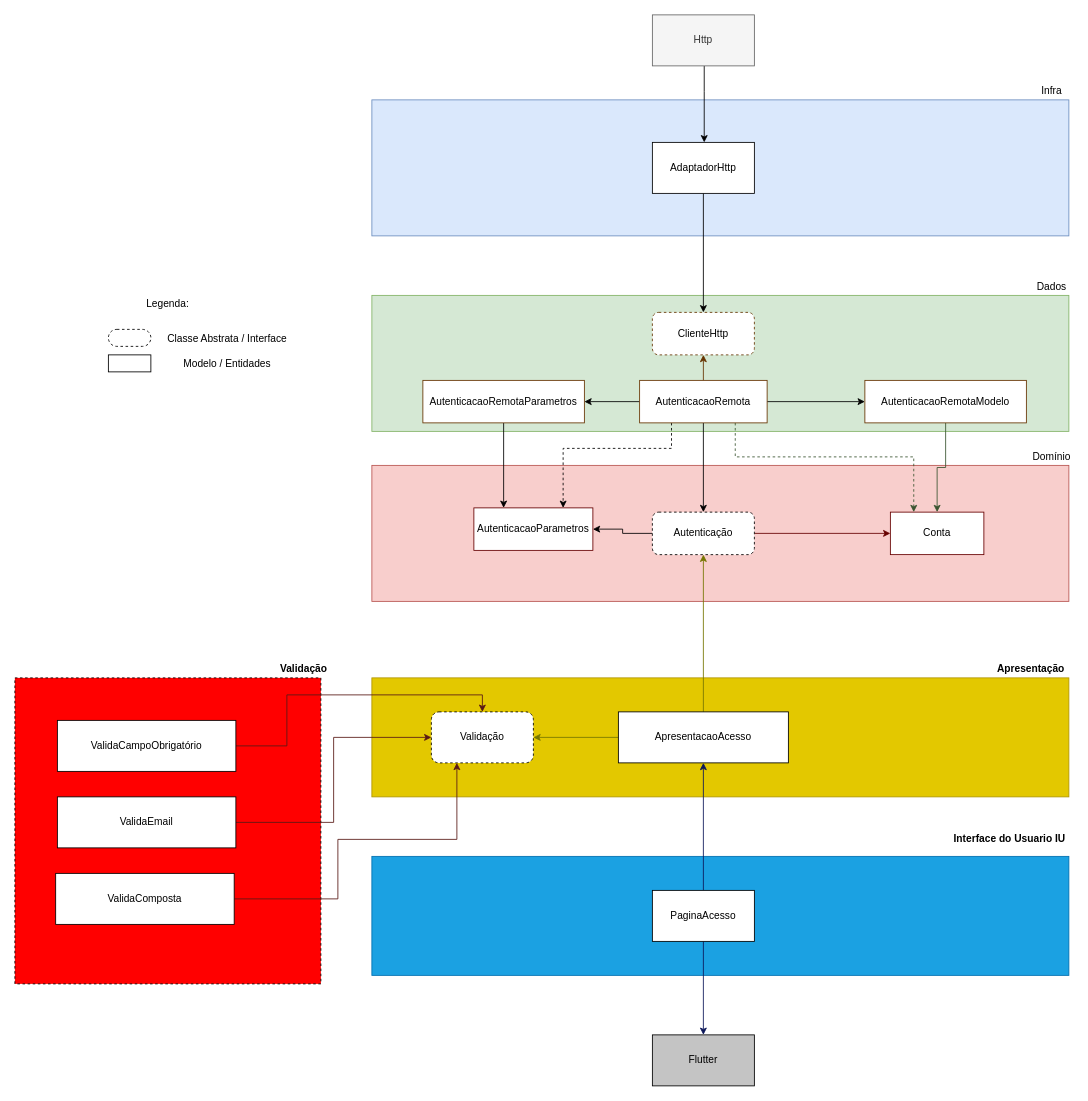
Before: page "Acesso" (1 of 2) of requisitos/Questionario - Flutter.drawio in brunopenha/questionario_flutter, a draw.io diagram. Source tidied: cells renumbered, new cells numbered last; positions are measured from the earlier drawing's top-left corner, leaving out a move shared by most shapes. Both pictures are drawn from the tidied source at 85%, with x=0, y=0 at pixel (14, 14).
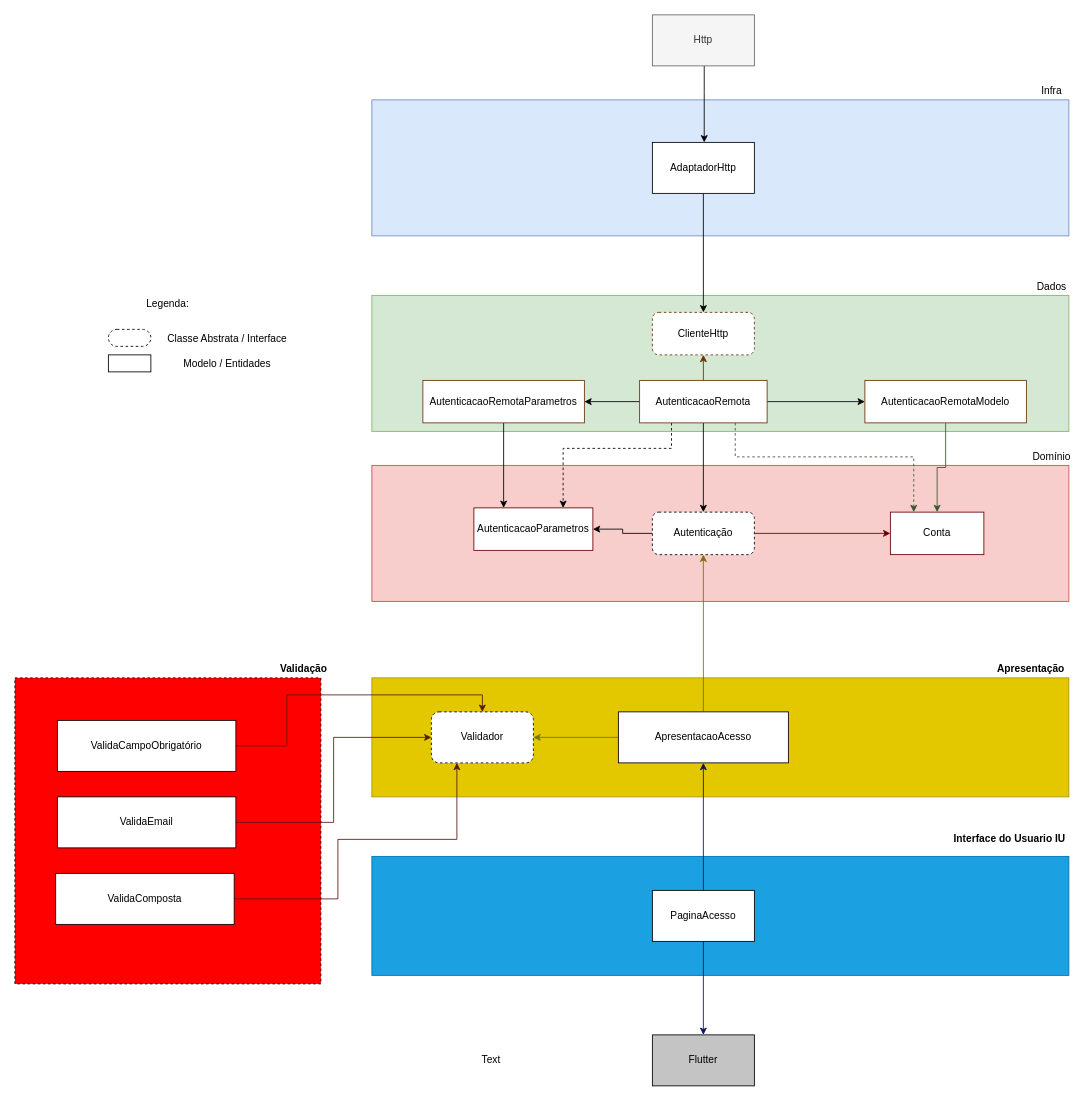
The same page after the edit.

Diff of the diagram source:
```diff
@@
-    <mxCell id="41" value="Validação" style="rounded=1;whiteSpace=wrap;html=1;dashed=1;" parent="1" vertex="1">
+    <mxCell id="41" value="Validador" style="rounded=1;whiteSpace=wrap;html=1;dashed=1;" parent="1" vertex="1">
       <mxGeometry x="490" y="820" width="120" height="60" as="geometry" />
     </mxCell>
@@
+    <mxCell id="55" value="Text" style="text;html=1;align=center;verticalAlign=middle;strokeColor=none;fontSize=12;" parent="1" vertex="1">
+      <mxGeometry x="540" y="1220" width="40" height="20" as="geometry" />
+    </mxCell>
```
